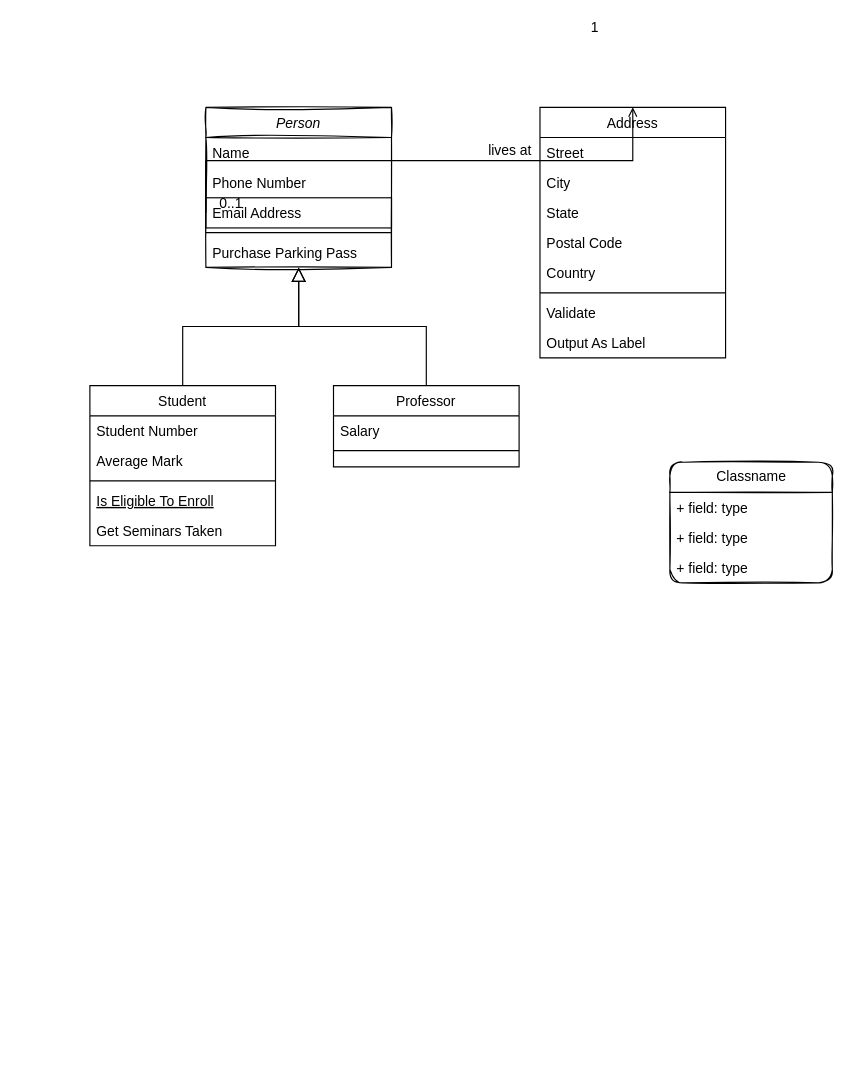
The draw.io diagram Untitled Diagram.drawio in chenaotian/angr-work, before the edit. Source tidied: cells renumbered, new cells numbered last; positions are measured from the earlier drawing's top-left corner, leaving out a move shared by most shapes. Both pictures are drawn from the tidied source at 116%, with x=0, y=0 at pixel (89, 107).
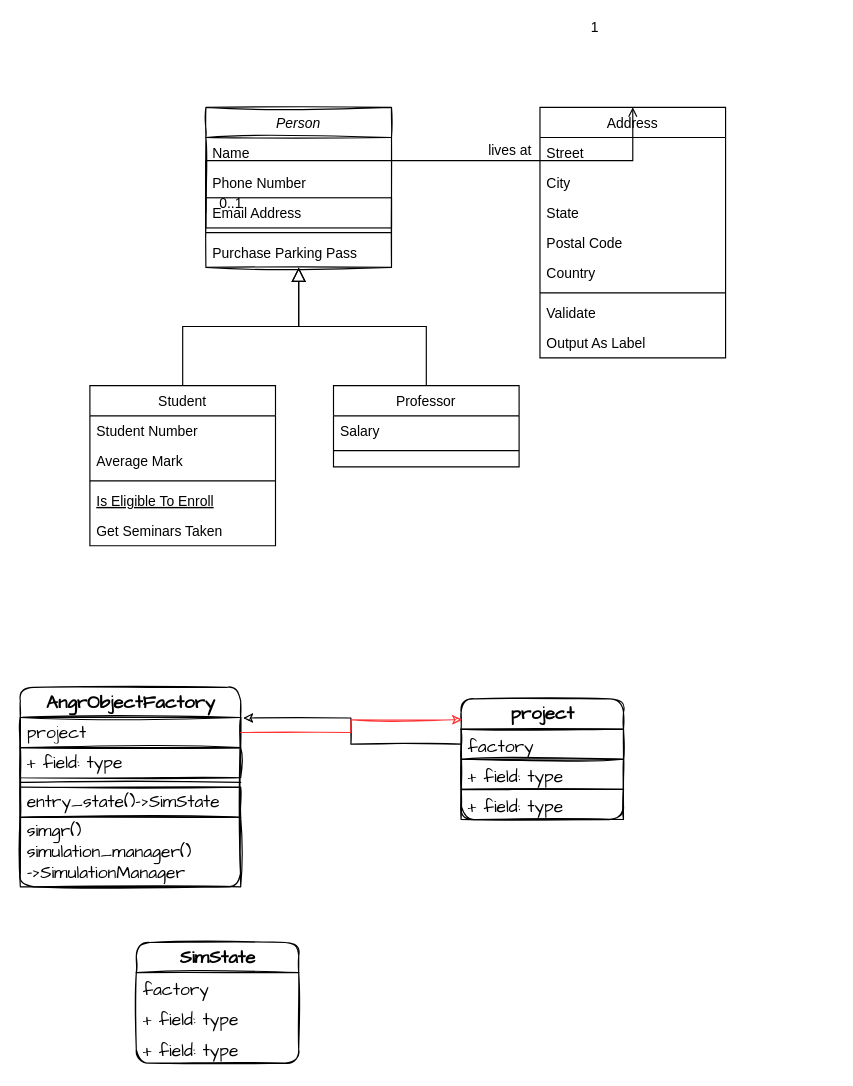
Above is the later version.

What changed in the source:
```diff
@@
-    <mxCell id="32" value="Classname" style="swimlane;fontStyle=0;horizontal=1;startSize=26;fillColor=none;shadow=0;glass=0;sketch=1;fontFamily=Helvetica;fontSize=12;fontColor=default;strokeColor=default;html=1;swimlaneLine=1;rounded=1;" parent="1" vertex="1">
-      <mxGeometry x="500" y="306" width="140" height="104" as="geometry" />
+    <mxCell id="32" value="project" style="swimlane;fontStyle=1;horizontal=1;startSize=26;fillColor=none;shadow=0;glass=0;sketch=1;fontFamily=Comic Sans MS;fontSize=16;fontColor=default;strokeColor=default;html=1;swimlaneLine=1;rounded=1;labelBackgroundColor=none;labelBorderColor=none;" parent="1" vertex="1">
+      <mxGeometry x="320" y="510" width="140" height="104" as="geometry" />
     </mxCell>
-    <mxCell id="33" value="+ field: type" style="text;strokeColor=none;fillColor=none;align=left;verticalAlign=top;spacingLeft=4;spacingRight=4;overflow=hidden;points=[[0,0.5],[1,0.5]];portConstraint=eastwest;shadow=0;glass=0;sketch=1;fontFamily=Helvetica;fontSize=12;fontColor=default;html=1;" parent="32" vertex="1">
+    <mxCell id="33" value="factory&lt;br style=&quot;font-size: 15px;&quot;&gt;" style="text;strokeColor=default;fillColor=none;align=left;verticalAlign=top;spacingLeft=4;spacingRight=4;overflow=hidden;points=[[0,0.5],[1,0.5]];portConstraint=eastwest;shadow=0;glass=0;sketch=1;fontFamily=Comic Sans MS;fontSize=15;fontColor=default;html=1;" parent="32" vertex="1">
       <mxGeometry y="26" width="140" height="26" as="geometry" />
     </mxCell>
-    <mxCell id="34" value="+ field: type" style="text;strokeColor=none;fillColor=none;align=left;verticalAlign=top;spacingLeft=4;spacingRight=4;overflow=hidden;shadow=0;glass=0;sketch=1;fontFamily=Helvetica;fontSize=12;fontColor=default;html=1;" parent="32" vertex="1">
+    <mxCell id="34" value="+ field: type" style="text;strokeColor=default;fillColor=none;align=left;verticalAlign=top;spacingLeft=4;spacingRight=4;overflow=hidden;shadow=0;glass=0;sketch=1;fontFamily=Comic Sans MS;fontSize=15;fontColor=default;html=1;" parent="32" vertex="1">
       <mxGeometry y="52" width="140" height="26" as="geometry" />
     </mxCell>
-    <mxCell id="35" value="+ field: type" style="text;strokeColor=none;fillColor=none;align=left;verticalAlign=top;spacingLeft=4;spacingRight=4;overflow=hidden;shadow=0;glass=0;sketch=1;fontFamily=Helvetica;fontSize=12;fontColor=default;html=1;" parent="32" vertex="1">
+    <mxCell id="35" value="+ field: type" style="text;strokeColor=default;fillColor=none;align=left;verticalAlign=top;spacingLeft=4;spacingRight=4;overflow=hidden;shadow=0;glass=0;sketch=1;fontFamily=Comic Sans MS;fontSize=15;fontColor=default;html=1;" parent="32" vertex="1">
       <mxGeometry y="78" width="140" height="26" as="geometry" />
     </mxCell>
+    <mxCell id="36" value="AngrObjectFactory" style="swimlane;fontStyle=1;horizontal=1;startSize=26;fillColor=none;shadow=0;glass=0;sketch=1;fontFamily=Comic Sans MS;fontSize=16;fontColor=default;strokeColor=default;html=1;swimlaneLine=1;rounded=1;labelBackgroundColor=none;labelBorderColor=none;" parent="1" vertex="1">
+      <mxGeometry x="-60" y="500" width="190" height="172" as="geometry" />
+    </mxCell>
+    <mxCell id="37" value="project" style="text;strokeColor=default;fillColor=none;align=left;verticalAlign=middle;spacingLeft=4;spacingRight=4;overflow=hidden;points=[[0,0.5],[1,0.5]];portConstraint=eastwest;shadow=0;glass=0;sketch=1;fontFamily=Comic Sans MS;fontSize=15;fontColor=default;html=1;" parent="36" vertex="1">
+      <mxGeometry y="26" width="190" height="26" as="geometry" />
+    </mxCell>
+    <mxCell id="38" value="+ field: type" style="text;strokeColor=default;fillColor=none;align=left;verticalAlign=middle;spacingLeft=4;spacingRight=4;overflow=hidden;shadow=0;glass=0;sketch=1;fontFamily=Comic Sans MS;fontSize=15;fontColor=default;html=1;" parent="36" vertex="1">
+      <mxGeometry y="52" width="190" height="26" as="geometry" />
+    </mxCell>
+    <mxCell id="39" style="line;strokeWidth=1;fillColor=none;align=left;verticalAlign=middle;spacingTop=-1;spacingLeft=3;spacingRight=3;labelPosition=right;rounded=1;shadow=0;glass=0;labelBackgroundColor=none;labelBorderColor=none;sketch=1;fontFamily=Comic Sans MS;fontSize=15;fontColor=default;startSize=26;html=1;strokeColor=default;" parent="36" vertex="1">
+      <mxGeometry y="78" width="190" height="8" as="geometry" />
+    </mxCell>
+    <mxCell id="40" value="entry_state()-&amp;gt;SimState" style="text;strokeColor=default;fillColor=none;align=left;verticalAlign=middle;spacingLeft=4;spacingRight=4;overflow=hidden;shadow=0;glass=0;sketch=1;fontFamily=Comic Sans MS;fontSize=15;fontColor=default;html=1;" parent="36" vertex="1">
+      <mxGeometry y="86" width="190" height="26" as="geometry" />
+    </mxCell>
+    <mxCell id="41" value="simgr()&lt;br&gt;simulation_manager()&lt;br&gt;-&amp;gt;SimulationManager" style="text;strokeColor=default;fillColor=none;align=left;verticalAlign=middle;spacingLeft=4;spacingRight=4;overflow=hidden;shadow=0;glass=0;sketch=1;fontFamily=Comic Sans MS;fontSize=15;fontColor=default;html=1;" parent="36" vertex="1">
+      <mxGeometry y="112" width="190" height="60" as="geometry" />
+    </mxCell>
+    <mxCell id="42" style="edgeStyle=orthogonalEdgeStyle;rounded=0;jettySize=auto;html=1;entryX=1.011;entryY=0.154;entryDx=0;entryDy=0;entryPerimeter=0;fontFamily=Comic Sans MS;fontSize=16;fontColor=default;startSize=26;sketch=1;" parent="1" edge="1" source="33" target="36">
+      <mxGeometry relative="1" as="geometry" />
+    </mxCell>
+    <mxCell id="43" value="SimState" style="swimlane;fontStyle=1;horizontal=1;startSize=26;fillColor=none;shadow=0;glass=0;sketch=1;fontFamily=Comic Sans MS;fontSize=16;fontColor=default;strokeColor=default;html=1;swimlaneLine=1;rounded=1;labelBackgroundColor=none;labelBorderColor=none;" parent="1" vertex="1">
+      <mxGeometry x="40" y="720" width="140" height="104" as="geometry" />
+    </mxCell>
+    <mxCell id="44" value="factory&lt;br style=&quot;font-size: 15px;&quot;&gt;" style="text;strokeColor=none;fillColor=none;align=left;verticalAlign=top;spacingLeft=4;spacingRight=4;overflow=hidden;shadow=0;glass=0;sketch=1;fontFamily=Comic Sans MS;fontSize=15;fontColor=default;html=1;" parent="43" vertex="1">
+      <mxGeometry y="26" width="140" height="26" as="geometry" />
+    </mxCell>
+    <mxCell id="45" value="+ field: type" style="text;strokeColor=none;fillColor=none;align=left;verticalAlign=top;spacingLeft=4;spacingRight=4;overflow=hidden;shadow=0;glass=0;sketch=1;fontFamily=Comic Sans MS;fontSize=15;fontColor=default;html=1;" parent="43" vertex="1">
+      <mxGeometry y="52" width="140" height="26" as="geometry" />
+    </mxCell>
+    <mxCell id="46" value="+ field: type" style="text;strokeColor=none;fillColor=none;align=left;verticalAlign=top;spacingLeft=4;spacingRight=4;overflow=hidden;shadow=0;glass=0;sketch=1;fontFamily=Comic Sans MS;fontSize=15;fontColor=default;html=1;" parent="43" vertex="1">
+      <mxGeometry y="78" width="140" height="26" as="geometry" />
+    </mxCell>
+    <mxCell id="47" style="edgeStyle=orthogonalEdgeStyle;shape=connector;rounded=0;sketch=1;jettySize=auto;html=1;entryX=0.007;entryY=0.173;entryDx=0;entryDy=0;entryPerimeter=0;labelBackgroundColor=default;fontFamily=Comic Sans MS;fontSize=16;fontColor=#FF3333;endArrow=classic;startSize=26;strokeColor=#FF3333;" parent="1" edge="1" source="37" target="32">
+      <mxGeometry relative="1" as="geometry" />
+    </mxCell>
```
